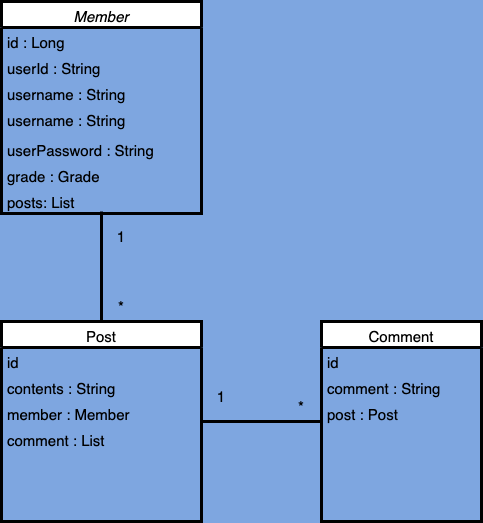
The draw.io diagram src/main/resources/클래스다이어그램_게시판.png in choijunkeun/weblog, before a commit. Source tidied: cells renumbered, new cells last; positions are measured from the earlier drawing's top-left corner, leaving out a move shared by most shapes.
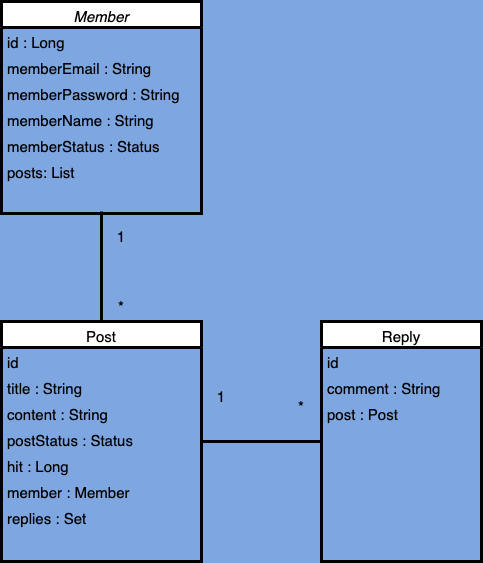
The same file after the commit.

Commit message:
클래스다이어그램_게시판.png 업데이트

Diff of the diagram source:
```diff
@@ -8,41 +8,47 @@
     <mxCell id="3" value="id : Long" style="text;align=left;verticalAlign=top;spacingLeft=4;spacingRight=4;overflow=hidden;strokeWidth=3;fontSize=15;" parent="2" vertex="1">
       <mxGeometry y="26" width="200" height="26" as="geometry" />
     </mxCell>
-    <mxCell id="4" value="userId : String" style="text;align=left;verticalAlign=top;spacingLeft=4;spacingRight=4;overflow=hidden;rounded=0;shadow=0;html=0;strokeWidth=3;fontSize=15;" parent="2" vertex="1">
+    <mxCell id="4" value="memberEmail : String" style="text;align=left;verticalAlign=top;spacingLeft=4;spacingRight=4;overflow=hidden;rounded=0;shadow=0;html=0;strokeWidth=3;fontSize=15;" parent="2" vertex="1">
       <mxGeometry y="52" width="200" height="26" as="geometry" />
     </mxCell>
+    <mxCell id="7" value="memberPassword : String" style="text;align=left;verticalAlign=top;spacingLeft=4;spacingRight=4;overflow=hidden;rounded=0;shadow=0;html=0;strokeWidth=3;fontSize=15;" parent="2" vertex="1">
+      <mxGeometry y="78" width="200" height="26" as="geometry" />
+    </mxCell>
-    <mxCell id="5" value="username : String" style="text;align=left;verticalAlign=top;spacingLeft=4;spacingRight=4;overflow=hidden;rounded=0;shadow=0;html=0;strokeWidth=3;fontSize=15;" parent="2" vertex="1">
-      <mxGeometry y="78" width="200" height="26" as="geometry" />
+    <mxCell id="5" value="memberName : String" style="text;align=left;verticalAlign=top;spacingLeft=4;spacingRight=4;overflow=hidden;rounded=0;shadow=0;html=0;strokeWidth=3;fontSize=15;" parent="2" vertex="1">
+      <mxGeometry y="104" width="200" height="26" as="geometry" />
     </mxCell>
-    <mxCell id="6" value="username : String" style="text;align=left;verticalAlign=top;spacingLeft=4;spacingRight=4;overflow=hidden;rounded=0;shadow=0;html=0;strokeWidth=3;fontSize=15;" parent="2" vertex="1">
-      <mxGeometry y="104" width="200" height="30" as="geometry" />
-    </mxCell>
-    <mxCell id="7" value="userPassword : String" style="text;align=left;verticalAlign=top;spacingLeft=4;spacingRight=4;overflow=hidden;rounded=0;shadow=0;html=0;strokeWidth=3;fontSize=15;" parent="2" vertex="1">
-      <mxGeometry y="134" width="200" height="26" as="geometry" />
-    </mxCell>
-    <mxCell id="8" value="grade : Grade" style="text;align=left;verticalAlign=top;spacingLeft=4;spacingRight=4;overflow=hidden;rounded=0;shadow=0;html=0;strokeWidth=3;fontSize=15;" parent="2" vertex="1">
-      <mxGeometry y="160" width="200" height="26" as="geometry" />
+    <mxCell id="8" value="memberStatus : Status" style="text;align=left;verticalAlign=top;spacingLeft=4;spacingRight=4;overflow=hidden;rounded=0;shadow=0;html=0;strokeWidth=3;fontSize=15;" parent="2" vertex="1">
+      <mxGeometry y="130" width="200" height="26" as="geometry" />
     </mxCell>
     <mxCell id="9" value="posts: List" style="text;align=left;verticalAlign=top;spacingLeft=4;spacingRight=4;overflow=hidden;rounded=0;shadow=0;html=0;strokeWidth=3;fontSize=15;" parent="2" vertex="1">
-      <mxGeometry y="186" width="200" height="26" as="geometry" />
+      <mxGeometry y="156" width="200" height="26" as="geometry" />
     </mxCell>
     <mxCell id="10" value="Post" style="swimlane;fontStyle=0;align=center;verticalAlign=top;horizontal=1;startSize=26;rounded=0;shadow=0;strokeWidth=3;fontSize=15;" parent="1" vertex="1">
-      <mxGeometry y="320" width="200" height="200" as="geometry" />
+      <mxGeometry y="320" width="200" height="240" as="geometry" />
     </mxCell>
     <mxCell id="11" value="id" style="text;align=left;verticalAlign=top;spacingLeft=4;spacingRight=4;overflow=hidden;rounded=0;shadow=0;html=0;strokeWidth=3;fontSize=15;" parent="10" vertex="1">
       <mxGeometry y="26" width="200" height="26" as="geometry" />
     </mxCell>
-    <mxCell id="12" value="contents : String" style="text;align=left;verticalAlign=top;spacingLeft=4;spacingRight=4;overflow=hidden;rounded=0;shadow=0;html=0;strokeWidth=3;fontSize=15;" parent="10" vertex="1">
+    <mxCell id="12" value="title : String" style="text;align=left;verticalAlign=top;spacingLeft=4;spacingRight=4;overflow=hidden;rounded=0;shadow=0;html=0;strokeWidth=3;fontSize=15;" parent="10" vertex="1">
       <mxGeometry y="52" width="200" height="26" as="geometry" />
     </mxCell>
-    <mxCell id="13" value="member : Member" style="text;align=left;verticalAlign=top;spacingLeft=4;spacingRight=4;overflow=hidden;rounded=0;shadow=0;html=0;strokeWidth=3;fontSize=15;" parent="10" vertex="1">
+    <mxCell id="13" value="content : String" style="text;align=left;verticalAlign=top;spacingLeft=4;spacingRight=4;overflow=hidden;rounded=0;shadow=0;html=0;strokeWidth=3;fontSize=15;" parent="10" vertex="1">
       <mxGeometry y="78" width="200" height="26" as="geometry" />
     </mxCell>
-    <mxCell id="14" value="comment : List" style="text;align=left;verticalAlign=top;spacingLeft=4;spacingRight=4;overflow=hidden;rounded=0;shadow=0;html=0;strokeWidth=3;fontSize=15;" parent="10" vertex="1">
+    <mxCell id="14" value="postStatus : Status" style="text;align=left;verticalAlign=top;spacingLeft=4;spacingRight=4;overflow=hidden;rounded=0;shadow=0;html=0;strokeWidth=3;fontSize=15;" parent="10" vertex="1">
       <mxGeometry y="104" width="200" height="26" as="geometry" />
     </mxCell>
+    <mxCell id="25" value="hit : Long" style="text;align=left;verticalAlign=top;spacingLeft=4;spacingRight=4;overflow=hidden;rounded=0;shadow=0;html=0;strokeWidth=3;fontSize=15;" parent="10" vertex="1">
+      <mxGeometry y="130" width="200" height="26" as="geometry" />
+    </mxCell>
+    <mxCell id="26" value="member : Member" style="text;align=left;verticalAlign=top;spacingLeft=4;spacingRight=4;overflow=hidden;rounded=0;shadow=0;html=0;strokeWidth=3;fontSize=15;" parent="10" vertex="1">
+      <mxGeometry y="156" width="200" height="26" as="geometry" />
+    </mxCell>
+    <mxCell id="27" value="replies : Set" style="text;align=left;verticalAlign=top;spacingLeft=4;spacingRight=4;overflow=hidden;rounded=0;shadow=0;html=0;strokeWidth=3;fontSize=15;" parent="10" vertex="1">
+      <mxGeometry y="182" width="200" height="26" as="geometry" />
+    </mxCell>
-    <mxCell id="15" value="Comment" style="swimlane;fontStyle=0;align=center;verticalAlign=top;horizontal=1;startSize=26;rounded=0;shadow=0;strokeWidth=3;fontSize=15;" parent="1" vertex="1">
-      <mxGeometry x="320" y="320" width="160" height="200" as="geometry" />
+    <mxCell id="15" value="Reply" style="swimlane;fontStyle=0;align=center;verticalAlign=top;horizontal=1;startSize=26;rounded=0;shadow=0;strokeWidth=3;fontSize=15;" parent="1" vertex="1">
+      <mxGeometry x="320" y="320" width="160" height="240" as="geometry" />
     </mxCell>
     <mxCell id="16" value="id" style="text;align=left;verticalAlign=top;spacingLeft=4;spacingRight=4;overflow=hidden;strokeWidth=3;fontSize=15;" parent="15" vertex="1">
       <mxGeometry y="26" width="160" height="26" as="geometry" />
```
